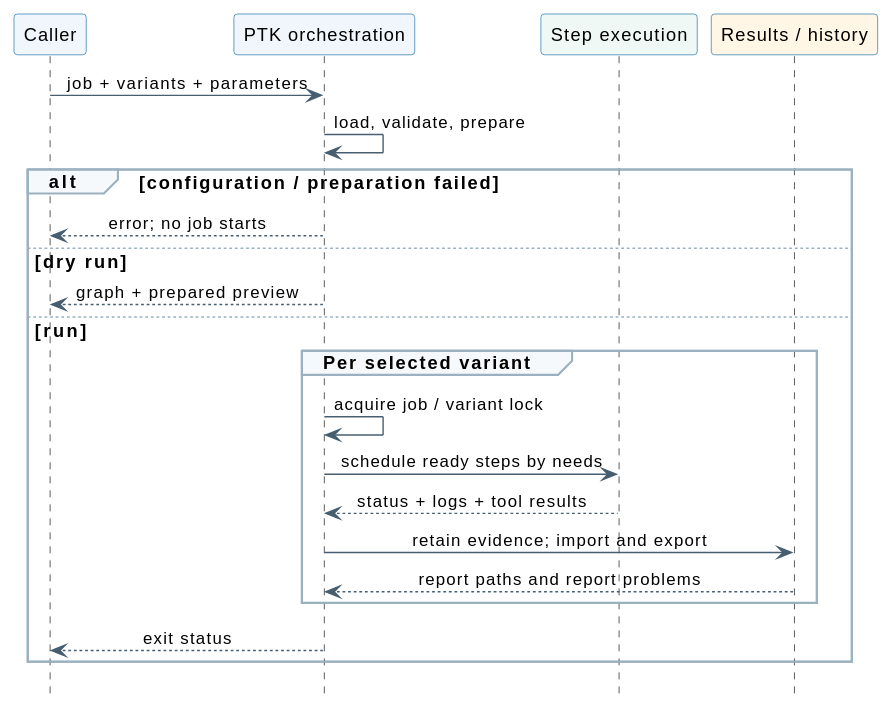
eadeva/dummy keeps this PlantUML diagram as docs/_static/diagrams/job-lifecycle.svg. Above is the earlier version. The source it was exported from:
```plantuml
@startuml
skinparam backgroundColor transparent
skinparam shadowing false
skinparam defaultFontName SansSerif
skinparam defaultFontSize 13
skinparam ArrowColor #465E70
skinparam ArrowFontSize 12
skinparam ParticipantBackgroundColor #F0F6FB
skinparam ParticipantBorderColor #2478AD
skinparam BoxPadding 5
skinparam sequenceMessageAlign center
skinparam sequenceGroupBackgroundColor #F6F9FB
skinparam sequenceGroupBorderColor #9BB1C0
hide footbox

participant "Caller" as Caller
participant "PTK orchestration" as PTK
participant "Step execution" as Steps #EFF8F5
participant "Results / history" as Reports #FFF6E6

Caller -> PTK : job + variants + parameters
PTK -> PTK : load, validate, prepare
alt configuration / preparation failed
  PTK --> Caller : error; no job starts
else dry run
  PTK --> Caller : graph + prepared preview
else run
  group Per selected variant
    PTK -> PTK : acquire job / variant lock
    PTK -> Steps : schedule ready steps by needs
    Steps --> PTK : status + logs + tool results
    PTK -> Reports : retain evidence; import and export
    Reports --> PTK : report paths and report problems
  end
  PTK --> Caller : exit status
end
@enduml
```
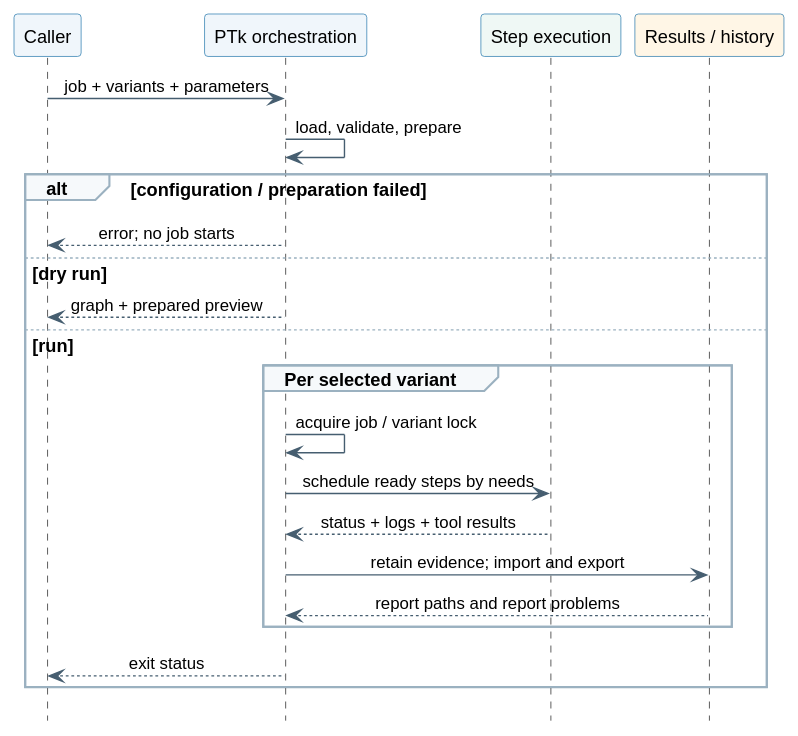
After the change.

Diff of the diagram source:
```diff
@@ -14,24 +14,24 @@
 hide footbox
 
 participant "Caller" as Caller
-participant "PTK orchestration" as PTK
+participant "PTk orchestration" as PTk
 participant "Step execution" as Steps #EFF8F5
 participant "Results / history" as Reports #FFF6E6
 
-Caller -> PTK : job + variants + parameters
-PTK -> PTK : load, validate, prepare
+Caller -> PTk : job + variants + parameters
+PTk -> PTk : load, validate, prepare
 alt configuration / preparation failed
-  PTK --> Caller : error; no job starts
+  PTk --> Caller : error; no job starts
 else dry run
-  PTK --> Caller : graph + prepared preview
+  PTk --> Caller : graph + prepared preview
 else run
   group Per selected variant
-    PTK -> PTK : acquire job / variant lock
-    PTK -> Steps : schedule ready steps by needs
-    Steps --> PTK : status + logs + tool results
-    PTK -> Reports : retain evidence; import and export
-    Reports --> PTK : report paths and report problems
+    PTk -> PTk : acquire job / variant lock
+    PTk -> Steps : schedule ready steps by needs
+    Steps --> PTk : status + logs + tool results
+    PTk -> Reports : retain evidence; import and export
+    Reports --> PTk : report paths and report problems
   end
-  PTK --> Caller : exit status
+  PTk --> Caller : exit status
 end
 @enduml
```
